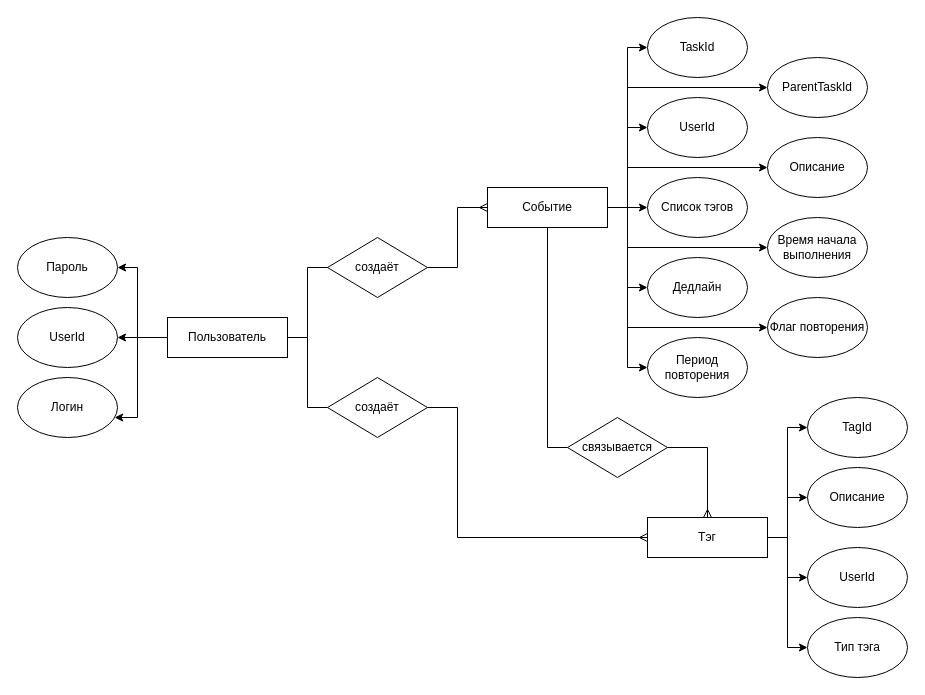
Earlier version of the draw.io diagram page "ER diagram" (1 of 2) of C6/PPO/labs/project/Diagrams.drawio (Andebugan/BMSTU). Source tidied: cells renumbered, new cells numbered last; positions are measured from the earlier drawing's top-left corner, leaving out a move shared by most shapes. Both pictures are drawn from the tidied source at 100%, with x=0, y=0 at pixel (17, 17).
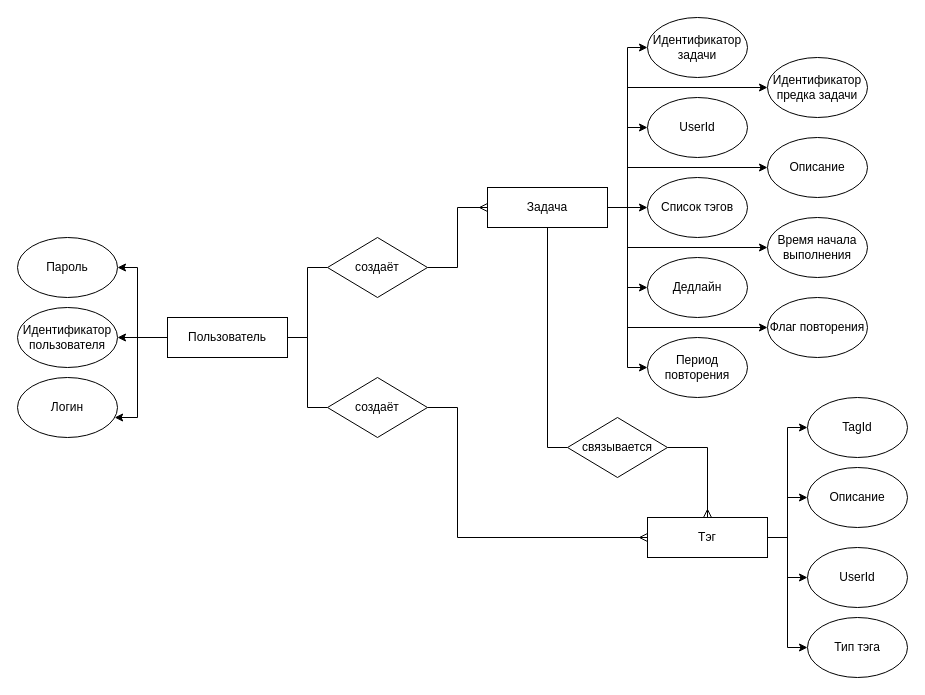
After the change.

The edit, as a diff of the source:
```diff
@@
-    <mxCell id="10" value="UserId" style="ellipse;whiteSpace=wrap;html=1;" parent="1" vertex="1">
+    <mxCell id="10" value="Идентификатор&lt;br&gt;пользователя" style="ellipse;whiteSpace=wrap;html=1;" parent="1" vertex="1">
       <mxGeometry y="290" width="100" height="60" as="geometry" />
     </mxCell>
@@
-    <mxCell id="29" value="Событие" style="rounded=0;whiteSpace=wrap;html=1;" parent="1" vertex="1">
+    <mxCell id="29" value="Задача" style="rounded=0;whiteSpace=wrap;html=1;" parent="1" vertex="1">
       <mxGeometry x="470" y="170" width="120" height="40" as="geometry" />
     </mxCell>
@@
-    <mxCell id="37" value="ParentTaskId" style="ellipse;whiteSpace=wrap;html=1;" parent="1" vertex="1">
+    <mxCell id="37" value="Идентификатор предка задачи" style="ellipse;whiteSpace=wrap;html=1;" parent="1" vertex="1">
       <mxGeometry x="750" y="40" width="100" height="60" as="geometry" />
     </mxCell>
-    <mxCell id="38" value="TaskId" style="ellipse;whiteSpace=wrap;html=1;" parent="1" vertex="1">
+    <mxCell id="38" value="Идентификатор задачи" style="ellipse;whiteSpace=wrap;html=1;" parent="1" vertex="1">
       <mxGeometry x="630" width="100" height="60" as="geometry" />
     </mxCell>
```
